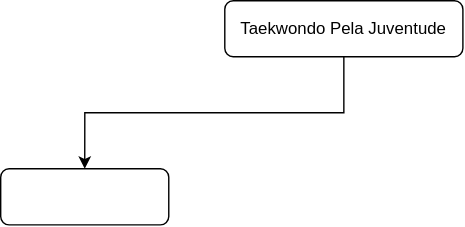
This is EAR.svg from mdmundo/diagrams, a draw.io export, as it was before one commit. Source tidied: cells renumbered, new cells last; positions are measured from the earlier drawing's top-left corner, leaving out a move shared by most shapes.
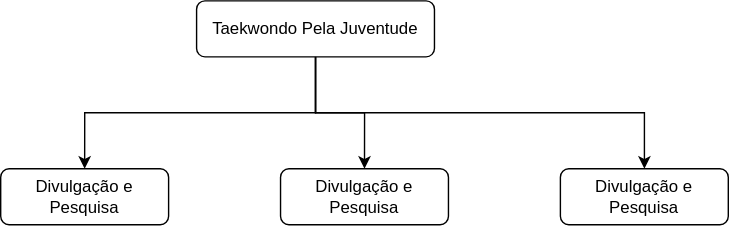
After the change.

Diff of the diagram source:
```diff
@@ -5,11 +5,28 @@
     <mxCell id="2" style="edgeStyle=orthogonalEdgeStyle;rounded=0;jettySize=auto;html=1;exitX=0.5;exitY=1;exitDx=0;exitDy=0;entryX=0.5;entryY=0;entryDx=0;entryDy=0;" parent="1" edge="1" source="3" target="4">
       <mxGeometry relative="1" as="geometry" />
     </mxCell>
+    <mxCell id="5" style="edgeStyle=orthogonalEdgeStyle;rounded=0;jettySize=auto;html=1;entryX=0.5;entryY=0;entryDx=0;entryDy=0;" parent="1" edge="1" source="3" target="7">
+      <mxGeometry relative="1" as="geometry" />
+    </mxCell>
+    <mxCell id="6" style="edgeStyle=orthogonalEdgeStyle;rounded=0;jettySize=auto;html=1;" parent="1" edge="1" source="3" target="8">
+      <mxGeometry relative="1" as="geometry">
+        <Array as="points">
+          <mxPoint x="245" y="80" />
+          <mxPoint x="480" y="80" />
+        </Array>
+      </mxGeometry>
+    </mxCell>
     <mxCell id="3" value="Taekwondo Pela Juventude" style="rounded=1;whiteSpace=wrap;html=1;" parent="1" vertex="1">
       <mxGeometry x="160" width="170" height="40" as="geometry" />
     </mxCell>
-    <mxCell id="4" style="whiteSpace=wrap;html=1;rounded=1;" parent="1" vertex="1">
-      <mxGeometry y="120" width="120" height="40" as="geometry" />
+    <mxCell id="4" value="Divulgação e Pesquisa" style="whiteSpace=wrap;html=1;rounded=1;" parent="1" vertex="1">
+      <mxGeometry x="20" y="120" width="120" height="40" as="geometry" />
     </mxCell>
+    <mxCell id="7" value="Divulgação e Pesquisa" style="whiteSpace=wrap;html=1;rounded=1;" parent="1" vertex="1">
+      <mxGeometry x="220" y="120" width="120" height="40" as="geometry" />
+    </mxCell>
+    <mxCell id="8" value="Divulgação e Pesquisa" style="whiteSpace=wrap;html=1;rounded=1;" parent="1" vertex="1">
+      <mxGeometry x="420" y="120" width="120" height="40" as="geometry" />
+    </mxCell>
   </root>
 </mxGraphModel>
```
